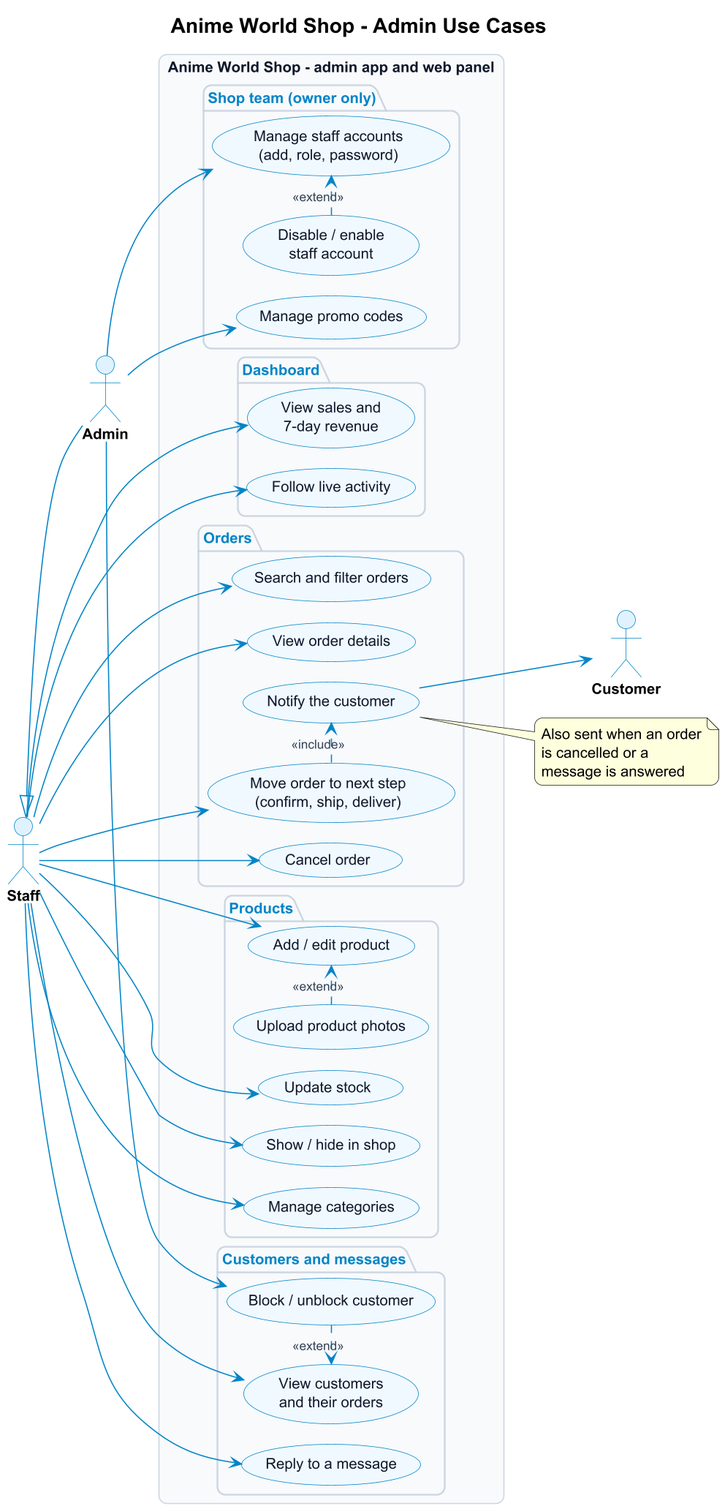
Earlier version of the PlantUML export docs/requirements/diagrams/use-case-admin.png (Vanchha16/MA_Final).
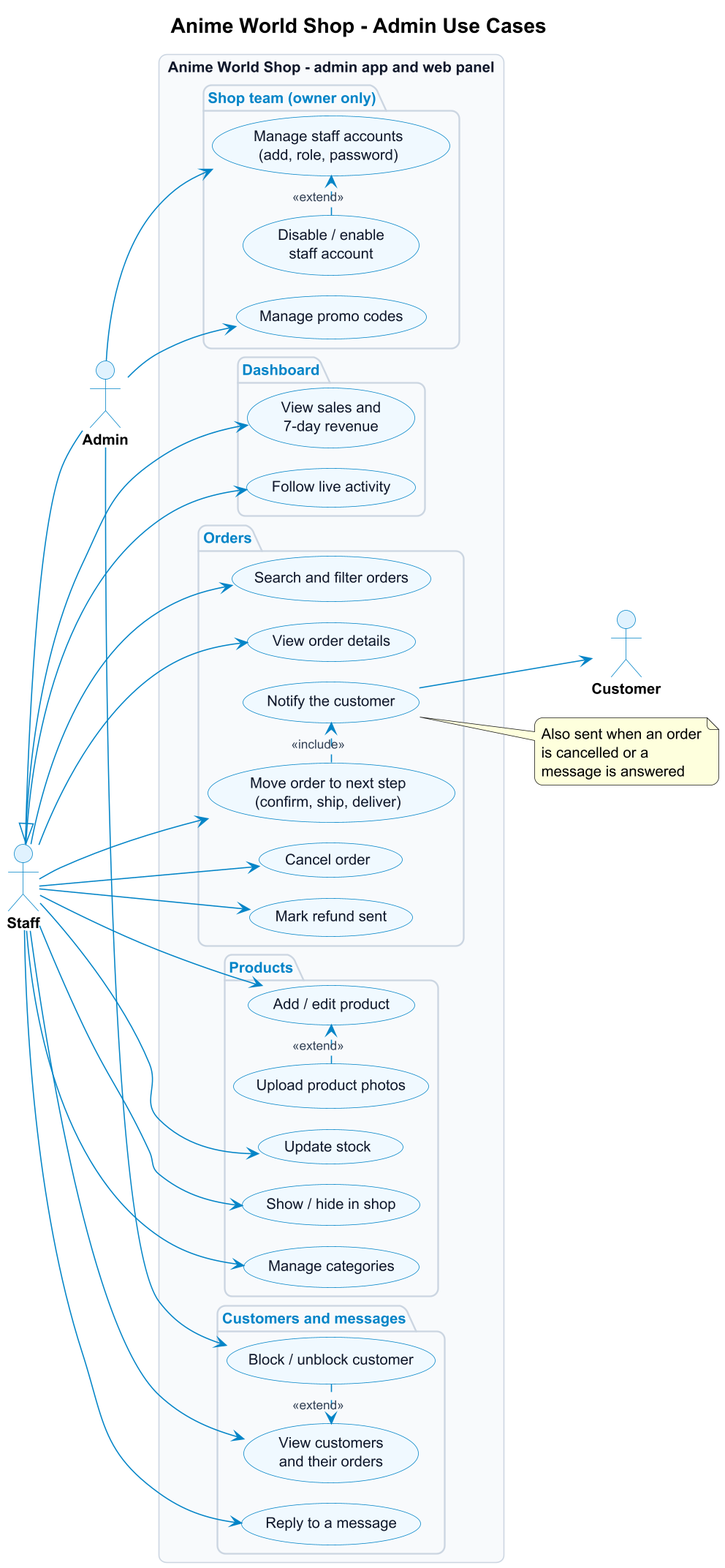
Above is the later version.

Change to the diagram source:
```diff
@@ -20,6 +20,7 @@
     usecase "View order details" as A_OrderDetail
     usecase "Move order to next step\n(confirm, ship, deliver)" as A_Step
     usecase "Cancel order" as A_Cancel
+    usecase "Mark refund sent" as A_Refund
     usecase "Notify the customer" as A_Notify
   }
   package "Products" {
@@ -47,6 +48,7 @@
 Staff --> A_OrderDetail
 Staff --> A_Step
 Staff --> A_Cancel
+Staff --> A_Refund
 A_Step .> A_Notify : <<include>>
 Staff --> A_Product
 A_Photos .> A_Product : <<extend>>
```
